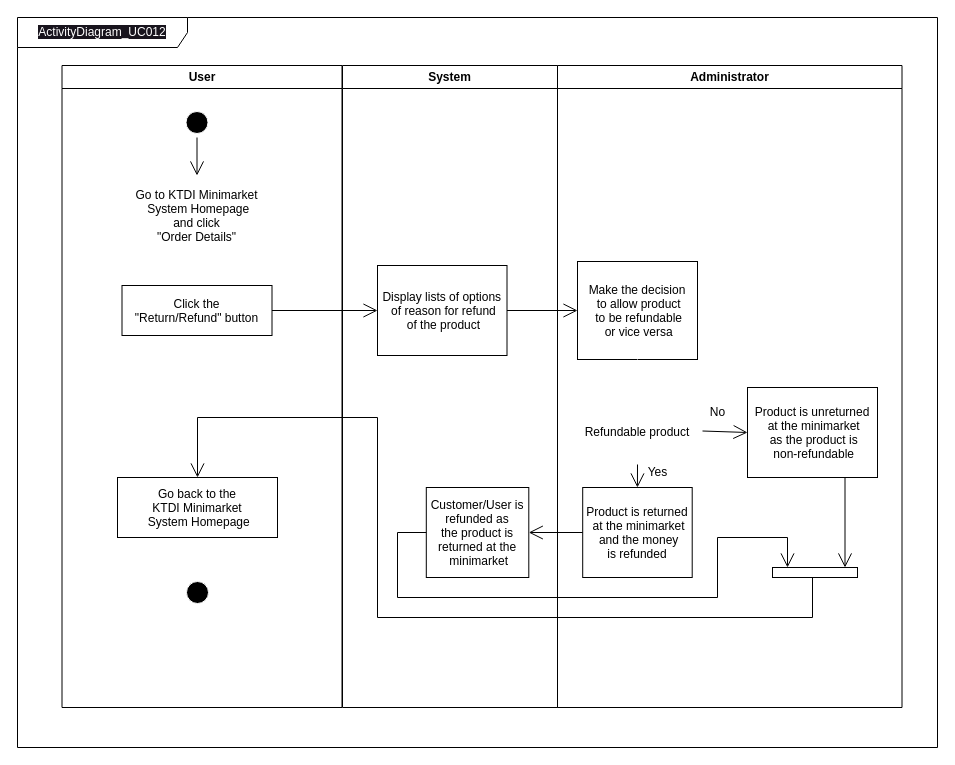
The draw.io diagram proposal/submission/sec02/Allen/UC012/UC012_ActivityDiagram.drawio in drshahizan/software-engineering, before the edit. Source tidied: cells renumbered, new cells numbered last; positions are measured from the earlier drawing's top-left corner, leaving out a move shared by most shapes. Both pictures are drawn from the tidied source at 100%, with x=0, y=0 at pixel (17, 17).
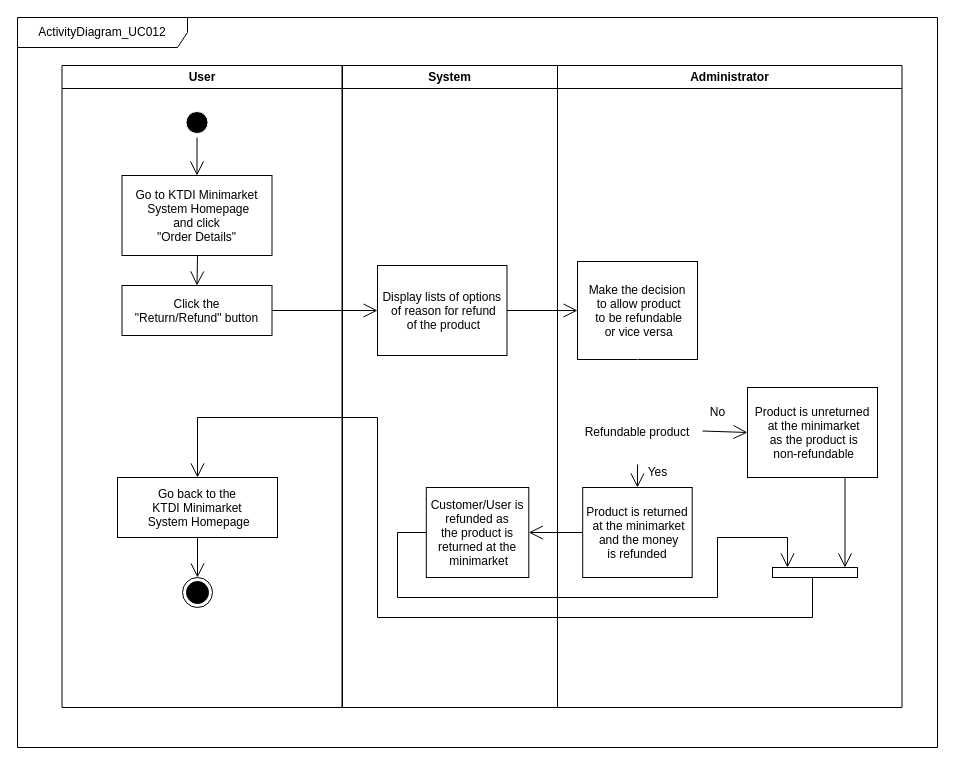
Above is the later version.

Commit message (it also covers changes not shown here):
Update Activity Diagram

Unchanged cells that the change refers to:
```xml
<mxCell id="2" value="User" style="swimlane;whiteSpace=wrap;" parent="1" vertex="1">
  <mxGeometry x="44.5" y="48" width="280" height="642" as="geometry" />
</mxCell>
<mxCell id="5" value="Click the&#10;&quot;Return/Refund&quot; button" parent="2" vertex="1">
  <mxGeometry x="60" y="220" width="150" height="50" as="geometry" />
</mxCell>
<mxCell id="18" value="Go back to the&#10;KTDI Minimarket&#10; System Homepage" parent="1" vertex="1">
  <mxGeometry x="100" y="460" width="160" height="60" as="geometry" />
</mxCell>
```

Diff of the diagram source:
```diff
@@
-    <mxCell id="4" value="Go to KTDI Minimarket&#10; System Homepage&#10;and click &#10;&quot;Order Details&quot;" style="strokeColor=#FFFFFF;" parent="2" vertex="1">
+    <mxCell id="4" value="Go to KTDI Minimarket&#10; System Homepage&#10;and click &#10;&quot;Order Details&quot;" style="strokeColor=#000000;" parent="2" vertex="1">
       <mxGeometry x="60" y="110" width="150" height="80" as="geometry" />
     </mxCell>
@@
-    <mxCell id="6" style="endArrow=open;strokeColor=#FFFFFF;endFill=1;rounded=0;" parent="2" edge="1" source="4" target="5">
-      <mxGeometry relative="1" as="geometry" />
-    </mxCell>
@@
+    <mxCell id="32" style="endArrow=open;endFill=1;endSize=12;html=1;rounded=0;entryX=0.5;entryY=0;entryDx=0;entryDy=0;" parent="2" edge="1" target="5">
+      <mxGeometry relative="1" as="geometry">
+        <mxPoint x="135.5" y="190" as="sourcePoint" />
+      </mxGeometry>
+    </mxCell>
@@
-    <mxCell id="11" value="&lt;font color=&quot;#ffffff&quot; style=&quot;background-color: rgb(24, 20, 29);&quot;&gt;ActivityDiagram_UC012&lt;/font&gt;" style="shape=umlFrame;whiteSpace=wrap;html=1;width=170;height=30;fillColor=none;" parent="1" vertex="1">
+    <mxCell id="11" value="&lt;font color=&quot;#000000&quot;&gt;ActivityDiagram_UC012&lt;/font&gt;" style="shape=umlFrame;whiteSpace=wrap;html=1;width=170;height=30;fillColor=none;" parent="1" vertex="1">
       <mxGeometry width="920" height="730" as="geometry" />
     </mxCell>
@@
-    <mxCell id="16" style="ellipse;shape=endState;fillColor=#000000;strokeColor=#FFFFFF;" parent="1" vertex="1">
-      <mxGeometry x="165" y="560" width="30" height="30" as="geometry" />
-    </mxCell>
-    <mxCell id="17" style="endArrow=open;strokeColor=#FFFFFF;endFill=1;rounded=0;" parent="1" edge="1" source="18" target="16">
-      <mxGeometry relative="1" as="geometry" />
-    </mxCell>
@@
+    <mxCell id="33" style="endArrow=open;endFill=1;endSize=12;html=1;rounded=0;entryX=0.5;entryY=0;entryDx=0;entryDy=0;" parent="1" edge="1">
+      <mxGeometry relative="1" as="geometry">
+        <mxPoint x="180" y="520" as="sourcePoint" />
+        <mxPoint x="180" y="560" as="targetPoint" />
+      </mxGeometry>
+    </mxCell>
+    <mxCell id="34" style="ellipse;html=1;shape=endState;fillColor=#000000;strokeColor=#000000;" parent="1" vertex="1">
+      <mxGeometry x="165" y="560" width="30" height="30" as="geometry" />
+    </mxCell>
```
